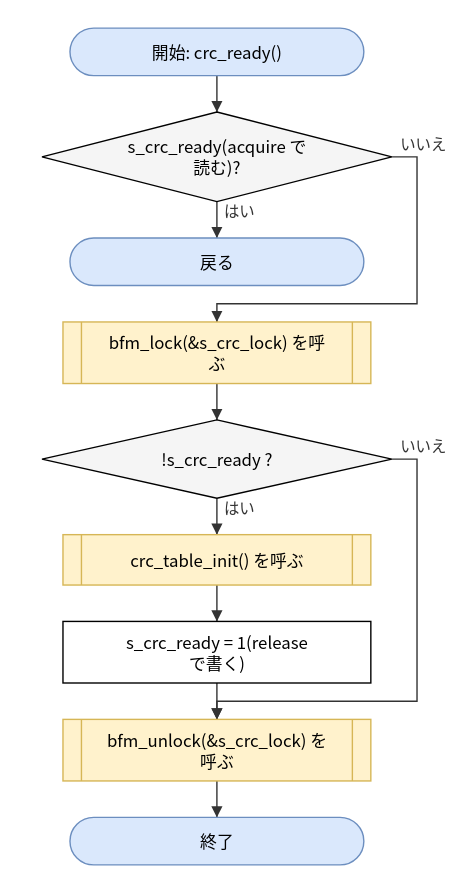
Earlier version of the draw.io export doc/spec/images/flow_src_bfm_dif-crc_ready.drawio.svg (hf355051012-ai/bfmem). Source tidied: cells renumbered, new cells last; positions are measured from the earlier drawing's top-left corner, leaving out a move shared by most shapes. The source it was exported from:
```xml
<mxGraphModel>
  <root>
    <mxCell id="0" />
    <mxCell id="1" parent="0" />
    <mxCell id="2" value="開始: crc_ready()" style="rounded=1;arcSize=50;whiteSpace=wrap;html=1;fillColor=#dae8fc;strokeColor=#6c8ebf;" parent="1" vertex="1">
      <mxGeometry x="20" width="210" height="34" as="geometry" />
    </mxCell>
    <mxCell id="3" value="s_crc_ready(acquire で&lt;br&gt;読む)?" style="rhombus;whiteSpace=wrap;html=1;fillColor=#f5f5f5;" parent="1" vertex="1">
      <mxGeometry y="60" width="250" height="64" as="geometry" />
    </mxCell>
    <mxCell id="4" value="戻る" style="rounded=1;arcSize=50;whiteSpace=wrap;html=1;fillColor=#dae8fc;strokeColor=#6c8ebf;" parent="1" vertex="1">
      <mxGeometry x="20" y="150" width="210" height="34" as="geometry" />
    </mxCell>
    <mxCell id="5" value="bfm_lock(&amp;amp;s_crc_lock) を呼&lt;br&gt;ぶ" style="shape=process;whiteSpace=wrap;html=1;backgroundOutline=1;size=0.06;fillColor=#fff2cc;strokeColor=#d6b656;" parent="1" vertex="1">
      <mxGeometry x="15" y="210" width="220" height="44" as="geometry" />
    </mxCell>
    <mxCell id="6" value="!s_crc_ready ?" style="rhombus;whiteSpace=wrap;html=1;fillColor=#f5f5f5;" parent="1" vertex="1">
      <mxGeometry y="280" width="250" height="56" as="geometry" />
    </mxCell>
    <mxCell id="7" value="crc_table_init() を呼ぶ" style="shape=process;whiteSpace=wrap;html=1;backgroundOutline=1;size=0.06;fillColor=#fff2cc;strokeColor=#d6b656;" parent="1" vertex="1">
      <mxGeometry x="15" y="362" width="220" height="36" as="geometry" />
    </mxCell>
    <mxCell id="8" value="s_crc_ready = 1(release&lt;br&gt;で書く)" style="rounded=0;whiteSpace=wrap;html=1;" parent="1" vertex="1">
      <mxGeometry x="15" y="424" width="220" height="44" as="geometry" />
    </mxCell>
    <mxCell id="9" value="bfm_unlock(&amp;amp;s_crc_lock) を&lt;br&gt;呼ぶ" style="shape=process;whiteSpace=wrap;html=1;backgroundOutline=1;size=0.06;fillColor=#fff2cc;strokeColor=#d6b656;" parent="1" vertex="1">
      <mxGeometry x="15" y="494" width="220" height="44" as="geometry" />
    </mxCell>
    <mxCell id="10" value="終了" style="rounded=1;arcSize=50;whiteSpace=wrap;html=1;fillColor=#dae8fc;strokeColor=#6c8ebf;" parent="1" vertex="1">
      <mxGeometry x="20" y="564" width="210" height="34" as="geometry" />
    </mxCell>
    <mxCell id="11" style="edgeStyle=none;html=1;rounded=0;endArrow=block;endFill=1;exitX=0.5000;exitY=1.0000;exitDx=0;exitDy=0;exitPerimeter=0;entryX=0.5000;entryY=0.0000;entryDx=0;entryDy=0;entryPerimeter=0;" parent="1" edge="1" source="2" target="3">
      <mxGeometry relative="1" as="geometry" />
    </mxCell>
    <mxCell id="12" value="はい" style="edgeStyle=none;html=1;rounded=0;endArrow=block;endFill=1;exitX=0.5000;exitY=1.0000;exitDx=0;exitDy=0;exitPerimeter=0;entryX=0.5000;entryY=0.0000;entryDx=0;entryDy=0;entryPerimeter=0;" parent="1" edge="1" source="3" target="4">
      <mxGeometry relative="1" as="geometry" />
    </mxCell>
    <mxCell id="13" value="いいえ" style="edgeStyle=none;html=1;rounded=0;endArrow=block;endFill=1;exitX=1.0000;exitY=0.5000;exitDx=0;exitDy=0;exitPerimeter=0;entryX=0.5000;entryY=0.0000;entryDx=0;entryDy=0;entryPerimeter=0;" parent="1" edge="1" source="3" target="5">
      <mxGeometry relative="1" as="geometry">
        <Array as="points">
          <mxPoint x="268" y="92" />
          <mxPoint x="268" y="197" />
          <mxPoint x="125" y="197" />
        </Array>
      </mxGeometry>
    </mxCell>
    <mxCell id="14" style="edgeStyle=none;html=1;rounded=0;endArrow=block;endFill=1;exitX=0.5000;exitY=1.0000;exitDx=0;exitDy=0;exitPerimeter=0;entryX=0.5000;entryY=0.0000;entryDx=0;entryDy=0;entryPerimeter=0;" parent="1" edge="1" source="5" target="6">
      <mxGeometry relative="1" as="geometry" />
    </mxCell>
    <mxCell id="15" value="はい" style="edgeStyle=none;html=1;rounded=0;endArrow=block;endFill=1;exitX=0.5000;exitY=1.0000;exitDx=0;exitDy=0;exitPerimeter=0;entryX=0.5000;entryY=0.0000;entryDx=0;entryDy=0;entryPerimeter=0;" parent="1" edge="1" source="6" target="7">
      <mxGeometry relative="1" as="geometry" />
    </mxCell>
    <mxCell id="16" style="edgeStyle=none;html=1;rounded=0;endArrow=block;endFill=1;exitX=0.5000;exitY=1.0000;exitDx=0;exitDy=0;exitPerimeter=0;entryX=0.5000;entryY=0.0000;entryDx=0;entryDy=0;entryPerimeter=0;" parent="1" edge="1" source="7" target="8">
      <mxGeometry relative="1" as="geometry" />
    </mxCell>
    <mxCell id="17" style="edgeStyle=none;html=1;rounded=0;endArrow=block;endFill=1;exitX=0.5000;exitY=1.0000;exitDx=0;exitDy=0;exitPerimeter=0;entryX=0.5000;entryY=0.0000;entryDx=0;entryDy=0;entryPerimeter=0;" parent="1" edge="1" source="8" target="9">
      <mxGeometry relative="1" as="geometry" />
    </mxCell>
    <mxCell id="18" value="いいえ" style="edgeStyle=none;html=1;rounded=0;endArrow=block;endFill=1;exitX=1.0000;exitY=0.5000;exitDx=0;exitDy=0;exitPerimeter=0;entryX=0.5000;entryY=0.0000;entryDx=0;entryDy=0;entryPerimeter=0;" parent="1" edge="1" source="6" target="9">
      <mxGeometry relative="1" as="geometry">
        <Array as="points">
          <mxPoint x="268" y="308" />
          <mxPoint x="268" y="481" />
          <mxPoint x="125" y="481" />
        </Array>
      </mxGeometry>
    </mxCell>
    <mxCell id="19" style="edgeStyle=none;html=1;rounded=0;endArrow=block;endFill=1;exitX=0.5000;exitY=1.0000;exitDx=0;exitDy=0;exitPerimeter=0;entryX=0.5000;entryY=0.0000;entryDx=0;entryDy=0;entryPerimeter=0;" parent="1" edge="1" source="9" target="10">
      <mxGeometry relative="1" as="geometry" />
    </mxCell>
  </root>
</mxGraphModel>
```
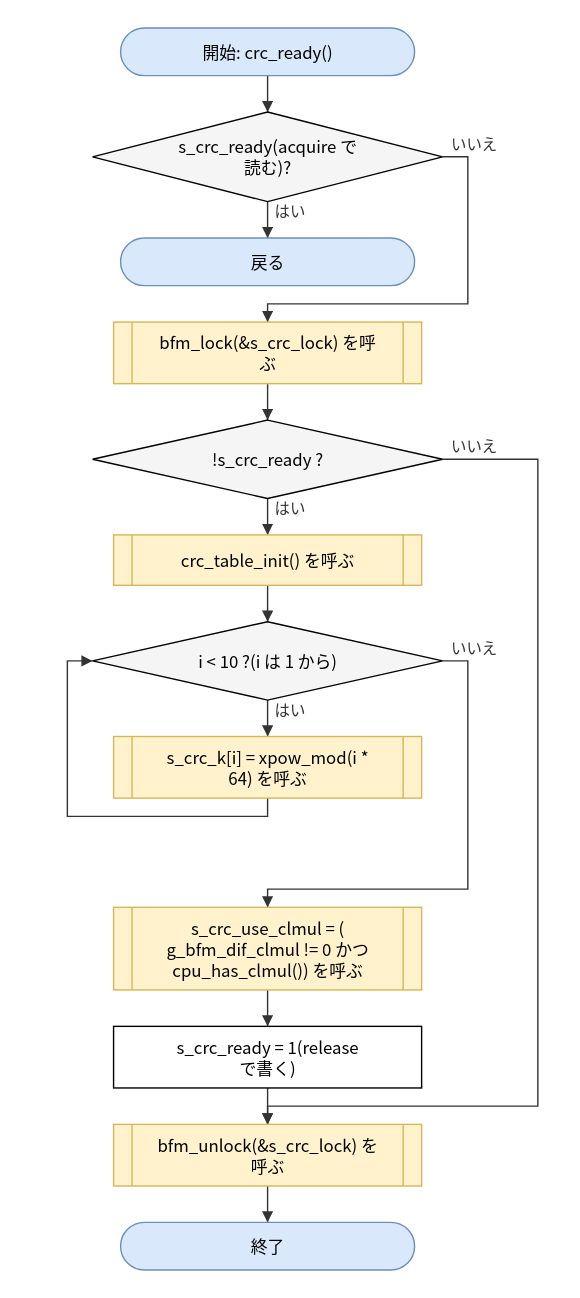
Later version of the same file.

What changed in the source:
```diff
@@ -20,15 +20,24 @@
     <mxCell id="7" value="crc_table_init() を呼ぶ" style="shape=process;whiteSpace=wrap;html=1;backgroundOutline=1;size=0.06;fillColor=#fff2cc;strokeColor=#d6b656;" parent="1" vertex="1">
       <mxGeometry x="15" y="362" width="220" height="36" as="geometry" />
     </mxCell>
-    <mxCell id="8" value="s_crc_ready = 1(release&lt;br&gt;で書く)" style="rounded=0;whiteSpace=wrap;html=1;" parent="1" vertex="1">
-      <mxGeometry x="15" y="424" width="220" height="44" as="geometry" />
+    <mxCell id="8" value="i &amp;lt; 10 ?(i は 1 から)" style="rhombus;whiteSpace=wrap;html=1;fillColor=#f5f5f5;" parent="1" vertex="1">
+      <mxGeometry y="424" width="250" height="56" as="geometry" />
     </mxCell>
-    <mxCell id="9" value="bfm_unlock(&amp;amp;s_crc_lock) を&lt;br&gt;呼ぶ" style="shape=process;whiteSpace=wrap;html=1;backgroundOutline=1;size=0.06;fillColor=#fff2cc;strokeColor=#d6b656;" parent="1" vertex="1">
-      <mxGeometry x="15" y="494" width="220" height="44" as="geometry" />
+    <mxCell id="9" value="s_crc_k[i] = xpow_mod(i *&lt;br&gt;64) を呼ぶ" style="shape=process;whiteSpace=wrap;html=1;backgroundOutline=1;size=0.06;fillColor=#fff2cc;strokeColor=#d6b656;" parent="1" vertex="1">
+      <mxGeometry x="15" y="506" width="220" height="44" as="geometry" />
     </mxCell>
-    <mxCell id="10" value="終了" style="rounded=1;arcSize=50;whiteSpace=wrap;html=1;fillColor=#dae8fc;strokeColor=#6c8ebf;" parent="1" vertex="1">
-      <mxGeometry x="20" y="564" width="210" height="34" as="geometry" />
+    <mxCell id="10" value="s_crc_use_clmul = (&lt;br&gt;g_bfm_dif_clmul != 0 かつ&lt;br&gt;cpu_has_clmul()) を呼ぶ" style="shape=process;whiteSpace=wrap;html=1;backgroundOutline=1;size=0.06;fillColor=#fff2cc;strokeColor=#d6b656;" parent="1" vertex="1">
+      <mxGeometry x="15" y="628" width="220" height="59" as="geometry" />
     </mxCell>
+    <mxCell id="20" value="s_crc_ready = 1(release&lt;br&gt;で書く)" style="rounded=0;whiteSpace=wrap;html=1;" parent="1" vertex="1">
+      <mxGeometry x="15" y="713" width="220" height="44" as="geometry" />
+    </mxCell>
+    <mxCell id="21" value="bfm_unlock(&amp;amp;s_crc_lock) を&lt;br&gt;呼ぶ" style="shape=process;whiteSpace=wrap;html=1;backgroundOutline=1;size=0.06;fillColor=#fff2cc;strokeColor=#d6b656;" parent="1" vertex="1">
+      <mxGeometry x="15" y="783" width="220" height="44" as="geometry" />
+    </mxCell>
+    <mxCell id="22" value="終了" style="rounded=1;arcSize=50;whiteSpace=wrap;html=1;fillColor=#dae8fc;strokeColor=#6c8ebf;" parent="1" vertex="1">
+      <mxGeometry x="20" y="853" width="210" height="34" as="geometry" />
+    </mxCell>
     <mxCell id="11" style="edgeStyle=none;html=1;rounded=0;endArrow=block;endFill=1;exitX=0.5000;exitY=1.0000;exitDx=0;exitDy=0;exitPerimeter=0;entryX=0.5000;entryY=0.0000;entryDx=0;entryDy=0;entryPerimeter=0;" parent="1" edge="1" source="2" target="3">
       <mxGeometry relative="1" as="geometry" />
     </mxCell>
@@ -53,20 +62,44 @@
     <mxCell id="16" style="edgeStyle=none;html=1;rounded=0;endArrow=block;endFill=1;exitX=0.5000;exitY=1.0000;exitDx=0;exitDy=0;exitPerimeter=0;entryX=0.5000;entryY=0.0000;entryDx=0;entryDy=0;entryPerimeter=0;" parent="1" edge="1" source="7" target="8">
       <mxGeometry relative="1" as="geometry" />
     </mxCell>
-    <mxCell id="17" style="edgeStyle=none;html=1;rounded=0;endArrow=block;endFill=1;exitX=0.5000;exitY=1.0000;exitDx=0;exitDy=0;exitPerimeter=0;entryX=0.5000;entryY=0.0000;entryDx=0;entryDy=0;entryPerimeter=0;" parent="1" edge="1" source="8" target="9">
+    <mxCell id="17" value="はい" style="edgeStyle=none;html=1;rounded=0;endArrow=block;endFill=1;exitX=0.5000;exitY=1.0000;exitDx=0;exitDy=0;exitPerimeter=0;entryX=0.5000;entryY=0.0000;entryDx=0;entryDy=0;entryPerimeter=0;" parent="1" edge="1" source="8" target="9">
       <mxGeometry relative="1" as="geometry" />
     </mxCell>
-    <mxCell id="18" value="いいえ" style="edgeStyle=none;html=1;rounded=0;endArrow=block;endFill=1;exitX=1.0000;exitY=0.5000;exitDx=0;exitDy=0;exitPerimeter=0;entryX=0.5000;entryY=0.0000;entryDx=0;entryDy=0;entryPerimeter=0;" parent="1" edge="1" source="6" target="9">
+    <mxCell id="18" style="edgeStyle=none;html=1;rounded=0;endArrow=block;endFill=1;exitX=0.5000;exitY=1.0000;exitDx=0;exitDy=0;exitPerimeter=0;entryX=0.0000;entryY=0.5000;entryDx=0;entryDy=0;entryPerimeter=0;" parent="1" edge="1" source="9" target="8">
       <mxGeometry relative="1" as="geometry">
         <Array as="points">
-          <mxPoint x="268" y="308" />
-          <mxPoint x="268" y="481" />
-          <mxPoint x="125" y="481" />
+          <mxPoint x="125" y="563" />
+          <mxPoint x="-18" y="563" />
+          <mxPoint x="-18" y="452" />
         </Array>
       </mxGeometry>
     </mxCell>
-    <mxCell id="19" style="edgeStyle=none;html=1;rounded=0;endArrow=block;endFill=1;exitX=0.5000;exitY=1.0000;exitDx=0;exitDy=0;exitPerimeter=0;entryX=0.5000;entryY=0.0000;entryDx=0;entryDy=0;entryPerimeter=0;" parent="1" edge="1" source="9" target="10">
-      <mxGeometry relative="1" as="geometry" />
+    <mxCell id="19" value="いいえ" style="edgeStyle=none;html=1;rounded=0;endArrow=block;endFill=1;exitX=1.0000;exitY=0.5000;exitDx=0;exitDy=0;exitPerimeter=0;entryX=0.5000;entryY=0.0000;entryDx=0;entryDy=0;entryPerimeter=0;" parent="1" edge="1" source="8" target="10">
+      <mxGeometry relative="1" as="geometry">
+        <Array as="points">
+          <mxPoint x="268" y="452" />
+          <mxPoint x="268" y="615" />
+          <mxPoint x="125" y="615" />
+        </Array>
+      </mxGeometry>
     </mxCell>
+    <mxCell id="23" style="edgeStyle=none;html=1;rounded=0;endArrow=block;endFill=1;exitX=0.5000;exitY=1.0000;exitDx=0;exitDy=0;exitPerimeter=0;entryX=0.5000;entryY=0.0000;entryDx=0;entryDy=0;entryPerimeter=0;" parent="1" edge="1" source="10" target="20">
+      <mxGeometry relative="1" as="geometry" />
+    </mxCell>
+    <mxCell id="24" style="edgeStyle=none;html=1;rounded=0;endArrow=block;endFill=1;exitX=0.5000;exitY=1.0000;exitDx=0;exitDy=0;exitPerimeter=0;entryX=0.5000;entryY=0.0000;entryDx=0;entryDy=0;entryPerimeter=0;" parent="1" edge="1" source="20" target="21">
+      <mxGeometry relative="1" as="geometry" />
+    </mxCell>
+    <mxCell id="25" value="いいえ" style="edgeStyle=none;html=1;rounded=0;endArrow=block;endFill=1;exitX=1.0000;exitY=0.5000;exitDx=0;exitDy=0;exitPerimeter=0;entryX=0.5000;entryY=0.0000;entryDx=0;entryDy=0;entryPerimeter=0;" parent="1" edge="1" source="6" target="21">
+      <mxGeometry relative="1" as="geometry">
+        <Array as="points">
+          <mxPoint x="318" y="308" />
+          <mxPoint x="318" y="770" />
+          <mxPoint x="125" y="770" />
+        </Array>
+      </mxGeometry>
+    </mxCell>
+    <mxCell id="26" style="edgeStyle=none;html=1;rounded=0;endArrow=block;endFill=1;exitX=0.5000;exitY=1.0000;exitDx=0;exitDy=0;exitPerimeter=0;entryX=0.5000;entryY=0.0000;entryDx=0;entryDy=0;entryPerimeter=0;" parent="1" edge="1" source="21" target="22">
+      <mxGeometry relative="1" as="geometry" />
+    </mxCell>
   </root>
 </mxGraphModel>
```
